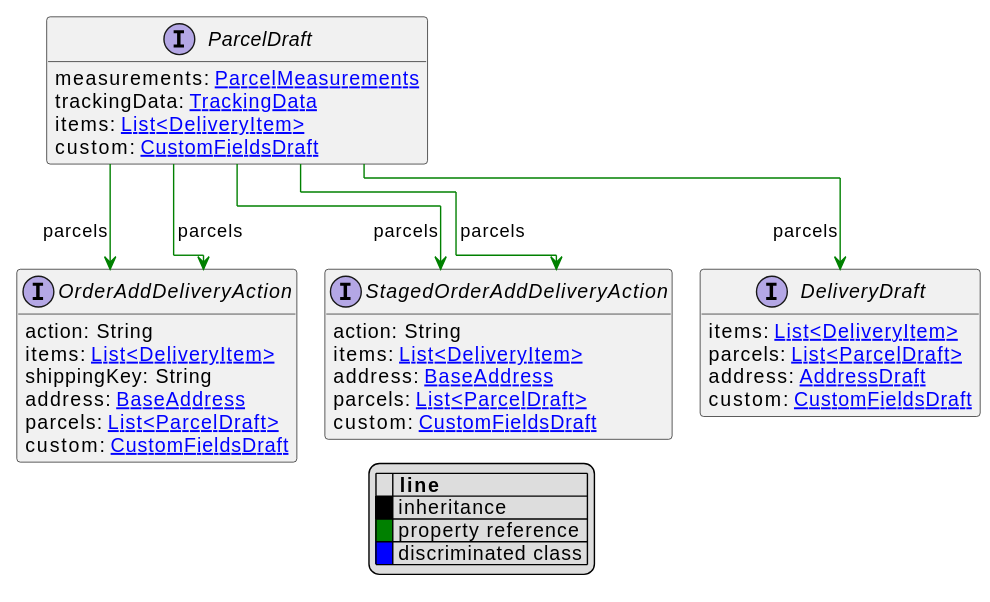
The PlantUML diagram uml/api/svg/ParcelDraft.svg in commercetools/commercetools-api-reference, before a commit.
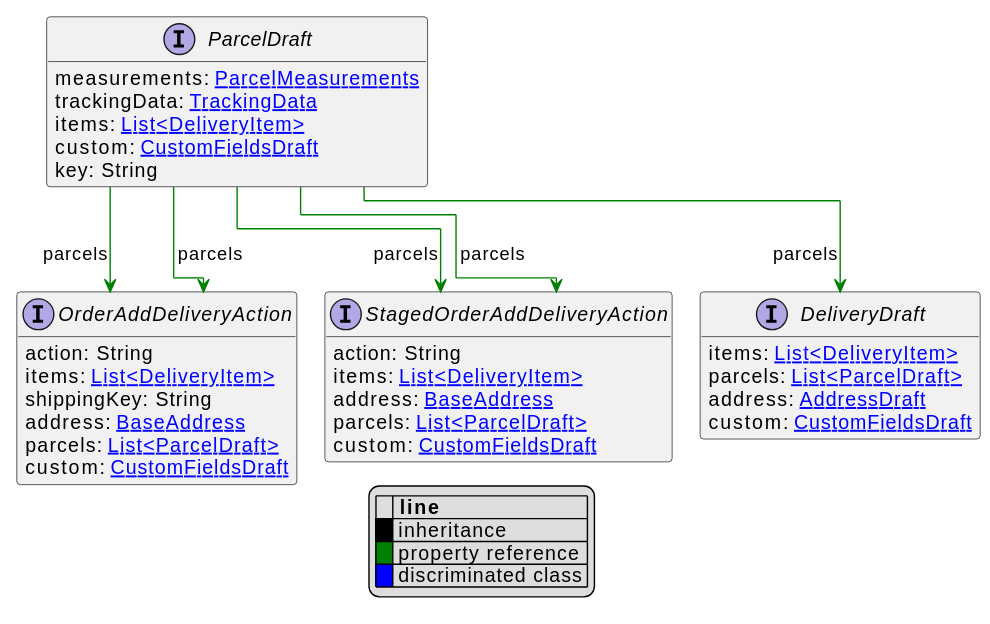
Above is the later version.

Diff of the diagram source:
```diff
@@ -13,6 +13,7 @@
     trackingData: [[TrackingData.svg TrackingData]]
     items: [[DeliveryItem.svg List<DeliveryItem>]]
     custom: [[CustomFieldsDraft.svg CustomFieldsDraft]]
+    key: String
 }
 
 
```
